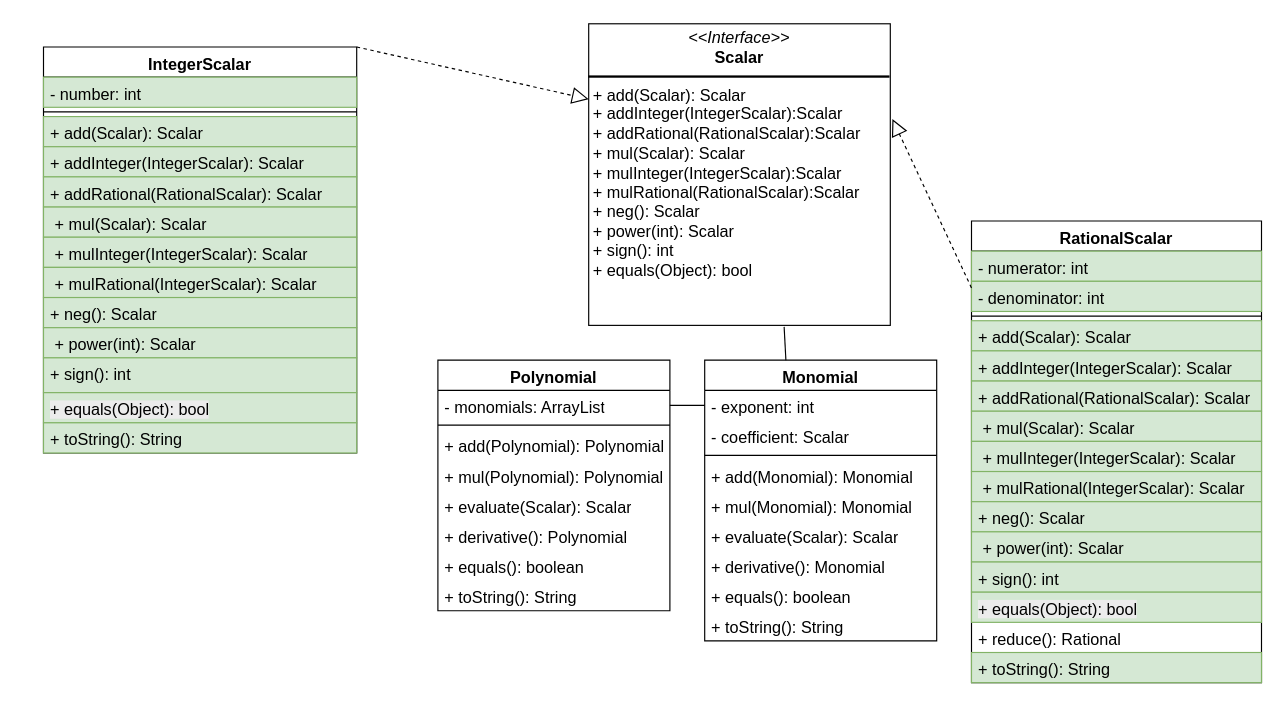
Before: Assignment1p.drawio in avihayabramov283/Assignment1, a draw.io diagram. Source tidied: cells renumbered, new cells numbered last; positions are measured from the earlier drawing's top-left corner, leaving out a move shared by most shapes. Both pictures are drawn from the tidied source at 116%, with x=0, y=0 at pixel (43, 23).
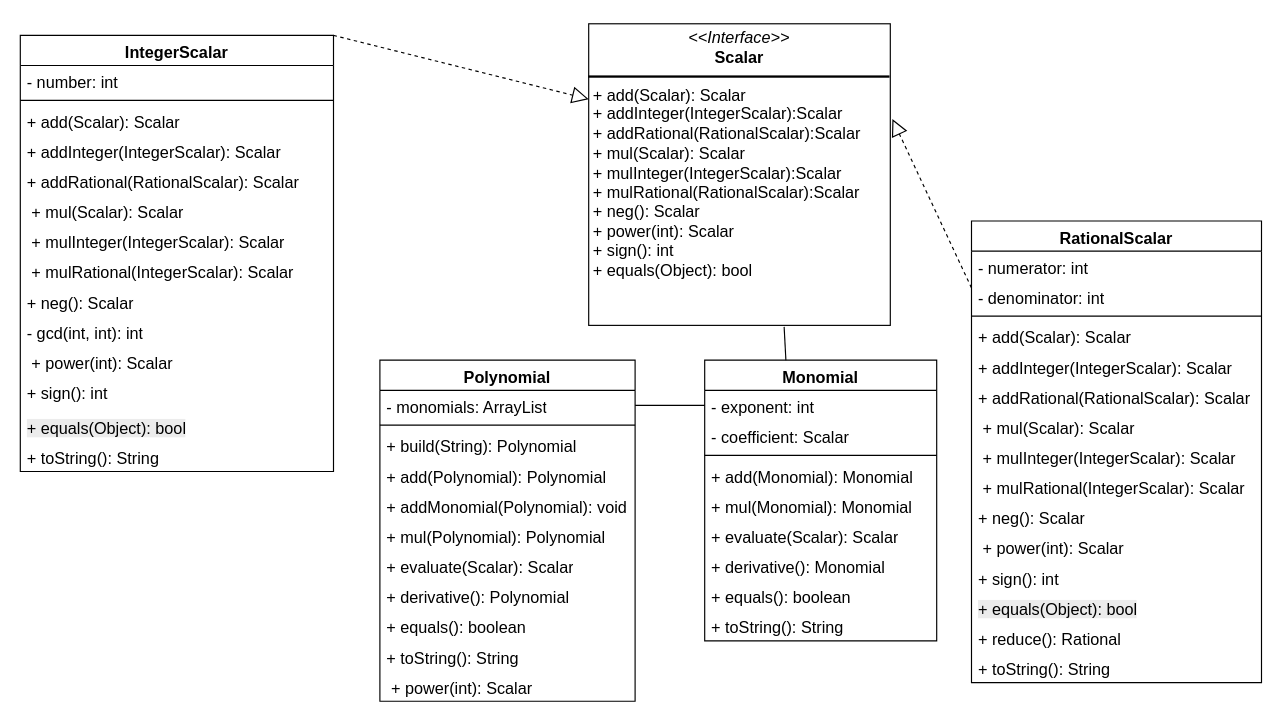
The same page after the edit.

The change refers to these unchanged cells:
```xml
<mxCell id="36" value="RationalScalar" style="swimlane;fontStyle=1;align=center;verticalAlign=top;horizontal=1;startSize=26;whiteSpace=wrap;html=1;fontSize=14;" parent="1" vertex="1">
  <mxGeometry x="800" y="170" width="250" height="398" as="geometry" />
</mxCell>
```

The edit, as a diff of the source:
```diff
@@
     <mxCell id="2" value="Polynomial" style="swimlane;fontStyle=1;align=center;verticalAlign=top;horizontal=1;startSize=26;whiteSpace=wrap;html=1;fontSize=14;" parent="1" vertex="1">
-      <mxGeometry x="340" y="290" width="200" height="216" as="geometry" />
+      <mxGeometry x="290" y="290" width="220" height="294" as="geometry" />
     </mxCell>
     <mxCell id="3" value="- monomials: ArrayList" style="text;strokeColor=none;fillColor=none;align=left;verticalAlign=top;spacingLeft=4;spacingRight=4;overflow=hidden;points=[[0,0.5],[1,0.5]];portConstraint=eastwest;whiteSpace=wrap;html=1;fontSize=14;" parent="2" vertex="1">
-      <mxGeometry y="26" width="200" height="26" as="geometry" />
+      <mxGeometry y="26" width="220" height="26" as="geometry" />
     </mxCell>
     <mxCell id="4" style="line;strokeWidth=1;fillColor=none;align=left;verticalAlign=middle;spacingTop=-1;spacingLeft=3;spacingRight=3;labelPosition=right;strokeColor=inherit;" parent="2" vertex="1">
-      <mxGeometry y="52" width="200" height="8" as="geometry" />
+      <mxGeometry y="52" width="220" height="8" as="geometry" />
     </mxCell>
-    <mxCell id="5" value="+ add(Polynomial): Polynomial" style="text;strokeColor=none;fillColor=none;align=left;verticalAlign=top;spacingLeft=4;spacingRight=4;overflow=hidden;whiteSpace=wrap;html=1;fontSize=14;" parent="2" vertex="1">
-      <mxGeometry y="60" width="200" height="26" as="geometry" />
+    <mxCell id="5" value="+ build(String): Polynomial" style="text;strokeColor=none;fillColor=none;align=left;verticalAlign=top;spacingLeft=4;spacingRight=4;overflow=hidden;whiteSpace=wrap;html=1;fontSize=14;" parent="2" vertex="1">
+      <mxGeometry y="60" width="220" height="26" as="geometry" />
     </mxCell>
+    <mxCell id="56" value="+ add(Polynomial): Polynomial" style="text;strokeColor=none;fillColor=none;align=left;verticalAlign=top;spacingLeft=4;spacingRight=4;overflow=hidden;whiteSpace=wrap;html=1;fontSize=14;" parent="2" vertex="1">
+      <mxGeometry y="86" width="220" height="26" as="geometry" />
+    </mxCell>
+    <mxCell id="57" value="+ addMonomial(Polynomial): void" style="text;strokeColor=none;fillColor=none;align=left;verticalAlign=top;spacingLeft=4;spacingRight=4;overflow=hidden;whiteSpace=wrap;html=1;fontSize=14;" parent="2" vertex="1">
+      <mxGeometry y="112" width="220" height="26" as="geometry" />
+    </mxCell>
     <mxCell id="6" value="+ mul(Polynomial): Polynomial" style="text;strokeColor=none;fillColor=none;align=left;verticalAlign=top;spacingLeft=4;spacingRight=4;overflow=hidden;whiteSpace=wrap;html=1;fontSize=14;" parent="2" vertex="1">
-      <mxGeometry y="86" width="200" height="26" as="geometry" />
+      <mxGeometry y="138" width="220" height="26" as="geometry" />
     </mxCell>
     <mxCell id="7" value="+ evaluate(Scalar): Scalar" style="text;strokeColor=none;fillColor=none;align=left;verticalAlign=top;spacingLeft=4;spacingRight=4;overflow=hidden;whiteSpace=wrap;html=1;fontSize=14;" parent="2" vertex="1">
-      <mxGeometry y="112" width="200" height="26" as="geometry" />
+      <mxGeometry y="164" width="220" height="26" as="geometry" />
     </mxCell>
     <mxCell id="8" value="+ derivative(): Polynomial" style="text;strokeColor=none;fillColor=none;align=left;verticalAlign=top;spacingLeft=4;spacingRight=4;overflow=hidden;whiteSpace=wrap;html=1;fontSize=14;" parent="2" vertex="1">
-      <mxGeometry y="138" width="200" height="26" as="geometry" />
+      <mxGeometry y="190" width="220" height="26" as="geometry" />
     </mxCell>
     <mxCell id="9" value="+ equals(): boolean" style="text;strokeColor=none;fillColor=none;align=left;verticalAlign=top;spacingLeft=4;spacingRight=4;overflow=hidden;whiteSpace=wrap;html=1;fontSize=14;" parent="2" vertex="1">
-      <mxGeometry y="164" width="200" height="26" as="geometry" />
+      <mxGeometry y="216" width="220" height="26" as="geometry" />
     </mxCell>
     <mxCell id="10" value="+ toString(): String" style="text;strokeColor=none;fillColor=none;align=left;verticalAlign=top;spacingLeft=4;spacingRight=4;overflow=hidden;whiteSpace=wrap;html=1;fontSize=14;" parent="2" vertex="1">
-      <mxGeometry y="190" width="200" height="26" as="geometry" />
+      <mxGeometry y="242" width="220" height="26" as="geometry" />
     </mxCell>
+    <mxCell id="58" value="&lt;p style=&quot;margin: 0px 0px 0px 4px;&quot;&gt;+ power(int): Scalar&lt;/p&gt;&lt;div&gt;&lt;br&gt;&lt;/div&gt;" style="text;align=left;verticalAlign=top;spacingLeft=4;spacingRight=4;overflow=hidden;whiteSpace=wrap;html=1;fontSize=14;" parent="2" vertex="1">
+      <mxGeometry y="268" width="220" height="26" as="geometry" />
+    </mxCell>
@@
     <mxCell id="21" value="IntegerScalar" style="swimlane;fontStyle=1;align=center;verticalAlign=top;horizontal=1;startSize=26;whiteSpace=wrap;html=1;fontSize=14;" parent="1" vertex="1">
-      <mxGeometry y="20" width="270" height="350" as="geometry" />
+      <mxGeometry x="-20" y="10" width="270" height="376" as="geometry" />
     </mxCell>
-    <mxCell id="22" value="- number: int" style="text;strokeColor=#82b366;fillColor=#d5e8d4;align=left;verticalAlign=top;spacingLeft=4;spacingRight=4;overflow=hidden;whiteSpace=wrap;html=1;fontSize=14;" parent="21" vertex="1">
+    <mxCell id="22" value="- number: int" style="text;align=left;verticalAlign=top;spacingLeft=4;spacingRight=4;overflow=hidden;whiteSpace=wrap;html=1;fontSize=14;" parent="21" vertex="1">
       <mxGeometry y="26" width="270" height="26" as="geometry" />
     </mxCell>
@@
-    <mxCell id="24" value="&lt;span&gt;+ add(Scalar): Scalar&lt;/span&gt;" style="text;strokeColor=#82b366;fillColor=#d5e8d4;align=left;verticalAlign=top;spacingLeft=4;spacingRight=4;overflow=hidden;whiteSpace=wrap;html=1;fontSize=14;" parent="21" vertex="1">
+    <mxCell id="24" value="&lt;span&gt;+ add(Scalar): Scalar&lt;/span&gt;" style="text;align=left;verticalAlign=top;spacingLeft=4;spacingRight=4;overflow=hidden;whiteSpace=wrap;html=1;fontSize=14;" parent="21" vertex="1">
       <mxGeometry y="60" width="270" height="26" as="geometry" />
     </mxCell>
-    <mxCell id="25" value="&lt;span&gt;+ addInteger(IntegerScalar): Scalar&lt;/span&gt;" style="text;strokeColor=#82b366;fillColor=#d5e8d4;align=left;verticalAlign=top;spacingLeft=4;spacingRight=4;overflow=hidden;whiteSpace=wrap;html=1;fontSize=14;" parent="21" vertex="1">
+    <mxCell id="25" value="&lt;span&gt;+ addInteger(IntegerScalar): Scalar&lt;/span&gt;" style="text;align=left;verticalAlign=top;spacingLeft=4;spacingRight=4;overflow=hidden;whiteSpace=wrap;html=1;fontSize=14;" parent="21" vertex="1">
       <mxGeometry y="86" width="270" height="26" as="geometry" />
     </mxCell>
-    <mxCell id="26" value="&lt;span&gt;+ addRational(RationalScalar): Scalar&lt;/span&gt;" style="text;strokeColor=#82b366;fillColor=#d5e8d4;align=left;verticalAlign=top;spacingLeft=4;spacingRight=4;overflow=hidden;whiteSpace=wrap;html=1;fontSize=14;" parent="21" vertex="1">
+    <mxCell id="26" value="&lt;span&gt;+ addRational(RationalScalar): Scalar&lt;/span&gt;" style="text;align=left;verticalAlign=top;spacingLeft=4;spacingRight=4;overflow=hidden;whiteSpace=wrap;html=1;fontSize=14;" parent="21" vertex="1">
       <mxGeometry y="112" width="270" height="26" as="geometry" />
     </mxCell>
-    <mxCell id="27" value="&lt;p style=&quot;margin: 0px 0px 0px 4px;&quot;&gt;+ mul(Scalar): Scalar&lt;/p&gt;&lt;div&gt;&lt;br&gt;&lt;/div&gt;" style="text;strokeColor=#82b366;fillColor=#d5e8d4;align=left;verticalAlign=top;spacingLeft=4;spacingRight=4;overflow=hidden;whiteSpace=wrap;html=1;fontSize=14;" parent="21" vertex="1">
+    <mxCell id="27" value="&lt;p style=&quot;margin: 0px 0px 0px 4px;&quot;&gt;+ mul(Scalar): Scalar&lt;/p&gt;&lt;div&gt;&lt;br&gt;&lt;/div&gt;" style="text;align=left;verticalAlign=top;spacingLeft=4;spacingRight=4;overflow=hidden;whiteSpace=wrap;html=1;fontSize=14;" parent="21" vertex="1">
       <mxGeometry y="138" width="270" height="26" as="geometry" />
     </mxCell>
-    <mxCell id="28" value="&lt;p style=&quot;margin: 0px 0px 0px 4px;&quot;&gt;+ mulInteger(IntegerScalar): Scalar&lt;/p&gt;" style="text;strokeColor=#82b366;fillColor=#d5e8d4;align=left;verticalAlign=top;spacingLeft=4;spacingRight=4;overflow=hidden;whiteSpace=wrap;html=1;fontSize=14;" parent="21" vertex="1">
+    <mxCell id="28" value="&lt;p style=&quot;margin: 0px 0px 0px 4px;&quot;&gt;+ mulInteger(IntegerScalar): Scalar&lt;/p&gt;" style="text;align=left;verticalAlign=top;spacingLeft=4;spacingRight=4;overflow=hidden;whiteSpace=wrap;html=1;fontSize=14;" parent="21" vertex="1">
       <mxGeometry y="164" width="270" height="26" as="geometry" />
     </mxCell>
-    <mxCell id="29" value="&lt;p style=&quot;margin: 0px 0px 0px 4px;&quot;&gt;+ mulRational(IntegerScalar): Scalar&lt;/p&gt;" style="text;strokeColor=#82b366;fillColor=#d5e8d4;align=left;verticalAlign=top;spacingLeft=4;spacingRight=4;overflow=hidden;whiteSpace=wrap;html=1;fontSize=14;" parent="21" vertex="1">
+    <mxCell id="29" value="&lt;p style=&quot;margin: 0px 0px 0px 4px;&quot;&gt;+ mulRational(IntegerScalar): Scalar&lt;/p&gt;" style="text;align=left;verticalAlign=top;spacingLeft=4;spacingRight=4;overflow=hidden;whiteSpace=wrap;html=1;fontSize=14;" parent="21" vertex="1">
       <mxGeometry y="190" width="270" height="26" as="geometry" />
     </mxCell>
-    <mxCell id="30" value="&lt;span&gt;+ neg(): Scalar&lt;/span&gt;" style="text;strokeColor=#82b366;fillColor=#d5e8d4;align=left;verticalAlign=top;spacingLeft=4;spacingRight=4;overflow=hidden;whiteSpace=wrap;html=1;fontSize=14;" parent="21" vertex="1">
+    <mxCell id="30" value="&lt;span&gt;+ neg(): Scalar&lt;/span&gt;" style="text;align=left;verticalAlign=top;spacingLeft=4;spacingRight=4;overflow=hidden;whiteSpace=wrap;html=1;fontSize=14;" parent="21" vertex="1">
       <mxGeometry y="216" width="270" height="26" as="geometry" />
     </mxCell>
+    <mxCell id="59" value="- gcd(int, int): int" style="text;align=left;verticalAlign=top;spacingLeft=4;spacingRight=4;overflow=hidden;whiteSpace=wrap;html=1;fontSize=14;" parent="21" vertex="1">
+      <mxGeometry y="242" width="270" height="26" as="geometry" />
+    </mxCell>
-    <mxCell id="31" value="&lt;p style=&quot;margin: 0px 0px 0px 4px;&quot;&gt;+ power(int): Scalar&lt;/p&gt;&lt;div&gt;&lt;br&gt;&lt;/div&gt;" style="text;strokeColor=#82b366;fillColor=#d5e8d4;align=left;verticalAlign=top;spacingLeft=4;spacingRight=4;overflow=hidden;whiteSpace=wrap;html=1;fontSize=14;" parent="21" vertex="1">
-      <mxGeometry y="242" width="270" height="26" as="geometry" />
+    <mxCell id="31" value="&lt;p style=&quot;margin: 0px 0px 0px 4px;&quot;&gt;+ power(int): Scalar&lt;/p&gt;&lt;div&gt;&lt;br&gt;&lt;/div&gt;" style="text;align=left;verticalAlign=top;spacingLeft=4;spacingRight=4;overflow=hidden;whiteSpace=wrap;html=1;fontSize=14;" parent="21" vertex="1">
+      <mxGeometry y="268" width="270" height="26" as="geometry" />
     </mxCell>
-    <mxCell id="32" value="&lt;span&gt;+ sign(): int&lt;/span&gt;" style="text;strokeColor=#82b366;fillColor=#d5e8d4;align=left;verticalAlign=top;spacingLeft=4;spacingRight=4;overflow=hidden;whiteSpace=wrap;html=1;fontSize=14;" parent="21" vertex="1">
-      <mxGeometry y="268" width="270" height="30" as="geometry" />
+    <mxCell id="32" value="&lt;span&gt;+ sign(): int&lt;/span&gt;" style="text;align=left;verticalAlign=top;spacingLeft=4;spacingRight=4;overflow=hidden;whiteSpace=wrap;html=1;fontSize=14;" parent="21" vertex="1">
+      <mxGeometry y="294" width="270" height="30" as="geometry" />
     </mxCell>
-    <mxCell id="33" value="&lt;span style=&quot;color: rgb(0, 0, 0); font-family: Helvetica; font-style: normal; font-variant-ligatures: normal; font-variant-caps: normal; font-weight: 400; letter-spacing: normal; orphans: 2; text-align: left; text-indent: 0px; text-transform: none; widows: 2; word-spacing: 0px; -webkit-text-stroke-width: 0px; white-space: normal; background-color: rgb(236, 236, 236); text-decoration-thickness: initial; text-decoration-style: initial; text-decoration-color: initial; float: none; display: inline !important;&quot;&gt;+ equals(Object): bool&lt;/span&gt;" style="text;strokeColor=#82b366;fillColor=#d5e8d4;align=left;verticalAlign=top;spacingLeft=4;spacingRight=4;overflow=hidden;whiteSpace=wrap;html=1;fontSize=14;" parent="21" vertex="1">
-      <mxGeometry y="298" width="270" height="26" as="geometry" />
+    <mxCell id="33" value="&lt;span style=&quot;color: rgb(0, 0, 0); font-family: Helvetica; font-style: normal; font-variant-ligatures: normal; font-variant-caps: normal; font-weight: 400; letter-spacing: normal; orphans: 2; text-align: left; text-indent: 0px; text-transform: none; widows: 2; word-spacing: 0px; -webkit-text-stroke-width: 0px; white-space: normal; background-color: rgb(236, 236, 236); text-decoration-thickness: initial; text-decoration-style: initial; text-decoration-color: initial; float: none; display: inline !important;&quot;&gt;+ equals(Object): bool&lt;/span&gt;" style="text;align=left;verticalAlign=top;spacingLeft=4;spacingRight=4;overflow=hidden;whiteSpace=wrap;html=1;fontSize=14;" parent="21" vertex="1">
+      <mxGeometry y="324" width="270" height="26" as="geometry" />
     </mxCell>
-    <mxCell id="34" value="+ toString(): String" style="text;strokeColor=#82b366;fillColor=#d5e8d4;align=left;verticalAlign=top;spacingLeft=4;spacingRight=4;overflow=hidden;whiteSpace=wrap;html=1;fontSize=14;" parent="21" vertex="1">
-      <mxGeometry y="324" width="270" height="26" as="geometry" />
+    <mxCell id="34" value="+ toString(): String" style="text;align=left;verticalAlign=top;spacingLeft=4;spacingRight=4;overflow=hidden;whiteSpace=wrap;html=1;fontSize=14;" parent="21" vertex="1">
+      <mxGeometry y="350" width="270" height="26" as="geometry" />
     </mxCell>
@@
-    <mxCell id="37" value="- numerator: int" style="text;strokeColor=#82b366;fillColor=#d5e8d4;align=left;verticalAlign=top;spacingLeft=4;spacingRight=4;overflow=hidden;whiteSpace=wrap;html=1;fontSize=14;" parent="36" vertex="1">
+    <mxCell id="37" value="- numerator: int" style="text;align=left;verticalAlign=top;spacingLeft=4;spacingRight=4;overflow=hidden;whiteSpace=wrap;html=1;fontSize=14;" parent="36" vertex="1">
       <mxGeometry y="26" width="250" height="26" as="geometry" />
     </mxCell>
-    <mxCell id="38" value="- denominator: int" style="text;strokeColor=#82b366;fillColor=#d5e8d4;align=left;verticalAlign=top;spacingLeft=4;spacingRight=4;overflow=hidden;whiteSpace=wrap;html=1;fontSize=14;" parent="36" vertex="1">
+    <mxCell id="38" value="- denominator: int" style="text;align=left;verticalAlign=top;spacingLeft=4;spacingRight=4;overflow=hidden;whiteSpace=wrap;html=1;fontSize=14;" parent="36" vertex="1">
       <mxGeometry y="52" width="250" height="26" as="geometry" />
     </mxCell>
@@
-    <mxCell id="40" value="&lt;span&gt;+ add(Scalar): Scalar&lt;/span&gt;" style="text;strokeColor=#82b366;fillColor=#d5e8d4;align=left;verticalAlign=top;spacingLeft=4;spacingRight=4;overflow=hidden;whiteSpace=wrap;html=1;fontSize=14;" parent="36" vertex="1">
+    <mxCell id="40" value="&lt;span&gt;+ add(Scalar): Scalar&lt;/span&gt;" style="text;align=left;verticalAlign=top;spacingLeft=4;spacingRight=4;overflow=hidden;whiteSpace=wrap;html=1;fontSize=14;" parent="36" vertex="1">
       <mxGeometry y="86" width="250" height="26" as="geometry" />
     </mxCell>
-    <mxCell id="41" value="+ addInteger(IntegerScalar): Scalar" style="text;strokeColor=#82b366;fillColor=#d5e8d4;align=left;verticalAlign=top;spacingLeft=4;spacingRight=4;overflow=hidden;whiteSpace=wrap;html=1;fontSize=14;" parent="36" vertex="1">
+    <mxCell id="41" value="+ addInteger(IntegerScalar): Scalar" style="text;align=left;verticalAlign=top;spacingLeft=4;spacingRight=4;overflow=hidden;whiteSpace=wrap;html=1;fontSize=14;" parent="36" vertex="1">
       <mxGeometry y="112" width="250" height="26" as="geometry" />
     </mxCell>
-    <mxCell id="42" value="+ addRational(RationalScalar): Scalar" style="text;strokeColor=#82b366;fillColor=#d5e8d4;align=left;verticalAlign=top;spacingLeft=4;spacingRight=4;overflow=hidden;whiteSpace=wrap;html=1;fontSize=14;" parent="36" vertex="1">
+    <mxCell id="42" value="+ addRational(RationalScalar): Scalar" style="text;align=left;verticalAlign=top;spacingLeft=4;spacingRight=4;overflow=hidden;whiteSpace=wrap;html=1;fontSize=14;" parent="36" vertex="1">
       <mxGeometry y="138" width="250" height="26" as="geometry" />
     </mxCell>
-    <mxCell id="43" value="&lt;p style=&quot;margin: 0px 0px 0px 4px;&quot;&gt;+ mul(Scalar): Scalar&lt;/p&gt;&lt;div&gt;&lt;br&gt;&lt;/div&gt;" style="text;strokeColor=#82b366;fillColor=#d5e8d4;align=left;verticalAlign=top;spacingLeft=4;spacingRight=4;overflow=hidden;whiteSpace=wrap;html=1;fontSize=14;" parent="36" vertex="1">
+    <mxCell id="43" value="&lt;p style=&quot;margin: 0px 0px 0px 4px;&quot;&gt;+ mul(Scalar): Scalar&lt;/p&gt;&lt;div&gt;&lt;br&gt;&lt;/div&gt;" style="text;align=left;verticalAlign=top;spacingLeft=4;spacingRight=4;overflow=hidden;whiteSpace=wrap;html=1;fontSize=14;" parent="36" vertex="1">
       <mxGeometry y="164" width="250" height="26" as="geometry" />
     </mxCell>
-    <mxCell id="44" value="&lt;p style=&quot;margin: 0px 0px 0px 4px;&quot;&gt;+ mulInteger(IntegerScalar): Scalar&lt;/p&gt;" style="text;strokeColor=#82b366;fillColor=#d5e8d4;align=left;verticalAlign=top;spacingLeft=4;spacingRight=4;overflow=hidden;whiteSpace=wrap;html=1;fontSize=14;" parent="36" vertex="1">
+    <mxCell id="44" value="&lt;p style=&quot;margin: 0px 0px 0px 4px;&quot;&gt;+ mulInteger(IntegerScalar): Scalar&lt;/p&gt;" style="text;align=left;verticalAlign=top;spacingLeft=4;spacingRight=4;overflow=hidden;whiteSpace=wrap;html=1;fontSize=14;" parent="36" vertex="1">
       <mxGeometry y="190" width="250" height="26" as="geometry" />
     </mxCell>
-    <mxCell id="45" value="&lt;p style=&quot;margin: 0px 0px 0px 4px;&quot;&gt;+ mulRational(IntegerScalar): Scalar&lt;/p&gt;" style="text;strokeColor=#82b366;fillColor=#d5e8d4;align=left;verticalAlign=top;spacingLeft=4;spacingRight=4;overflow=hidden;whiteSpace=wrap;html=1;fontSize=14;" parent="36" vertex="1">
+    <mxCell id="45" value="&lt;p style=&quot;margin: 0px 0px 0px 4px;&quot;&gt;+ mulRational(IntegerScalar): Scalar&lt;/p&gt;" style="text;align=left;verticalAlign=top;spacingLeft=4;spacingRight=4;overflow=hidden;whiteSpace=wrap;html=1;fontSize=14;" parent="36" vertex="1">
       <mxGeometry y="216" width="250" height="26" as="geometry" />
     </mxCell>
-    <mxCell id="46" value="&lt;span&gt;+ neg(): Scalar&lt;/span&gt;" style="text;strokeColor=#82b366;fillColor=#d5e8d4;align=left;verticalAlign=top;spacingLeft=4;spacingRight=4;overflow=hidden;whiteSpace=wrap;html=1;fontSize=14;" parent="36" vertex="1">
+    <mxCell id="46" value="&lt;span&gt;+ neg(): Scalar&lt;/span&gt;" style="text;align=left;verticalAlign=top;spacingLeft=4;spacingRight=4;overflow=hidden;whiteSpace=wrap;html=1;fontSize=14;" parent="36" vertex="1">
       <mxGeometry y="242" width="250" height="26" as="geometry" />
     </mxCell>
-    <mxCell id="47" value="&lt;p style=&quot;margin: 0px 0px 0px 4px;&quot;&gt;+ power(int): Scalar&lt;/p&gt;&lt;div&gt;&lt;br&gt;&lt;/div&gt;" style="text;strokeColor=#82b366;fillColor=#d5e8d4;align=left;verticalAlign=top;spacingLeft=4;spacingRight=4;overflow=hidden;whiteSpace=wrap;html=1;fontSize=14;" parent="36" vertex="1">
+    <mxCell id="47" value="&lt;p style=&quot;margin: 0px 0px 0px 4px;&quot;&gt;+ power(int): Scalar&lt;/p&gt;&lt;div&gt;&lt;br&gt;&lt;/div&gt;" style="text;align=left;verticalAlign=top;spacingLeft=4;spacingRight=4;overflow=hidden;whiteSpace=wrap;html=1;fontSize=14;" parent="36" vertex="1">
       <mxGeometry y="268" width="250" height="26" as="geometry" />
     </mxCell>
-    <mxCell id="48" value="&lt;span&gt;+ sign(): int&lt;/span&gt;" style="text;strokeColor=#82b366;fillColor=#d5e8d4;align=left;verticalAlign=top;spacingLeft=4;spacingRight=4;overflow=hidden;whiteSpace=wrap;html=1;fontSize=14;" parent="36" vertex="1">
+    <mxCell id="48" value="&lt;span&gt;+ sign(): int&lt;/span&gt;" style="text;align=left;verticalAlign=top;spacingLeft=4;spacingRight=4;overflow=hidden;whiteSpace=wrap;html=1;fontSize=14;" parent="36" vertex="1">
       <mxGeometry y="294" width="250" height="26" as="geometry" />
     </mxCell>
-    <mxCell id="49" value="&lt;span style=&quot;color: rgb(0, 0, 0); font-family: Helvetica; font-style: normal; font-variant-ligatures: normal; font-variant-caps: normal; font-weight: 400; letter-spacing: normal; orphans: 2; text-align: left; text-indent: 0px; text-transform: none; widows: 2; word-spacing: 0px; -webkit-text-stroke-width: 0px; white-space: normal; background-color: rgb(236, 236, 236); text-decoration-thickness: initial; text-decoration-style: initial; text-decoration-color: initial; float: none; display: inline !important;&quot;&gt;+ equals(Object): bool&lt;/span&gt;" style="text;strokeColor=#82b366;fillColor=#d5e8d4;align=left;verticalAlign=top;spacingLeft=4;spacingRight=4;overflow=hidden;whiteSpace=wrap;html=1;fontSize=14;" parent="36" vertex="1">
+    <mxCell id="49" value="&lt;span style=&quot;color: rgb(0, 0, 0); font-family: Helvetica; font-style: normal; font-variant-ligatures: normal; font-variant-caps: normal; font-weight: 400; letter-spacing: normal; orphans: 2; text-align: left; text-indent: 0px; text-transform: none; widows: 2; word-spacing: 0px; -webkit-text-stroke-width: 0px; white-space: normal; background-color: rgb(236, 236, 236); text-decoration-thickness: initial; text-decoration-style: initial; text-decoration-color: initial; float: none; display: inline !important;&quot;&gt;+ equals(Object): bool&lt;/span&gt;" style="text;align=left;verticalAlign=top;spacingLeft=4;spacingRight=4;overflow=hidden;whiteSpace=wrap;html=1;fontSize=14;" parent="36" vertex="1">
       <mxGeometry y="320" width="250" height="26" as="geometry" />
     </mxCell>
@@
-    <mxCell id="51" value="+ toString(): String" style="text;strokeColor=#82b366;fillColor=#d5e8d4;align=left;verticalAlign=top;spacingLeft=4;spacingRight=4;overflow=hidden;whiteSpace=wrap;html=1;fontSize=14;" parent="36" vertex="1">
+    <mxCell id="51" value="+ toString(): String" style="text;align=left;verticalAlign=top;spacingLeft=4;spacingRight=4;overflow=hidden;whiteSpace=wrap;html=1;fontSize=14;" parent="36" vertex="1">
       <mxGeometry y="372" width="250" height="26" as="geometry" />
     </mxCell>
```
